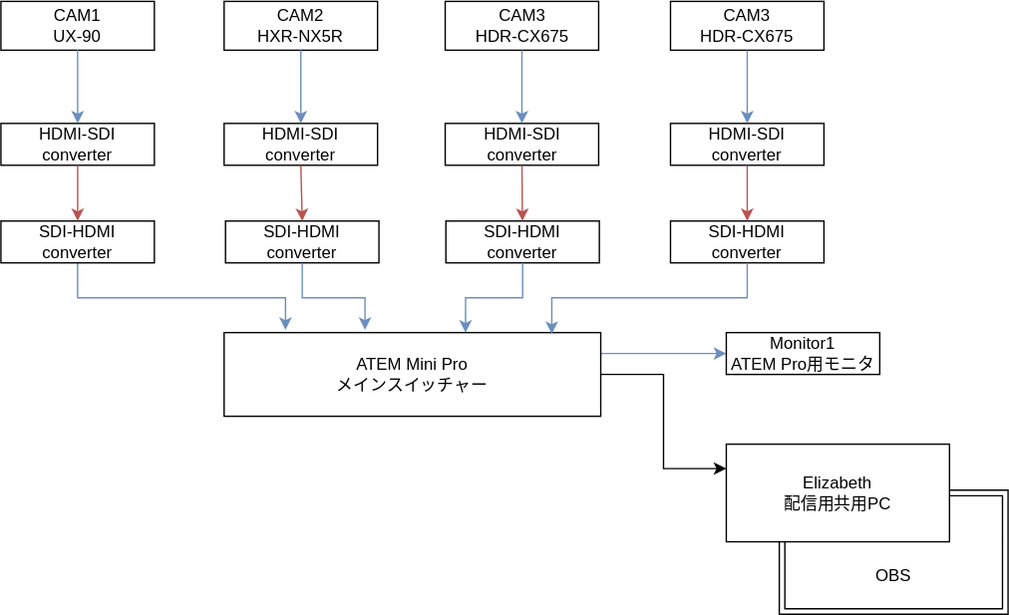
Above: drawio-svg/jsys23-eizou-wiring.drawio.svg in dolceWFC/sohosai-eizou-live-wiring (draw.io), before the change. Source tidied: cells renumbered, new cells last; positions are measured from the earlier drawing's top-left corner, leaving out a move shared by most shapes.
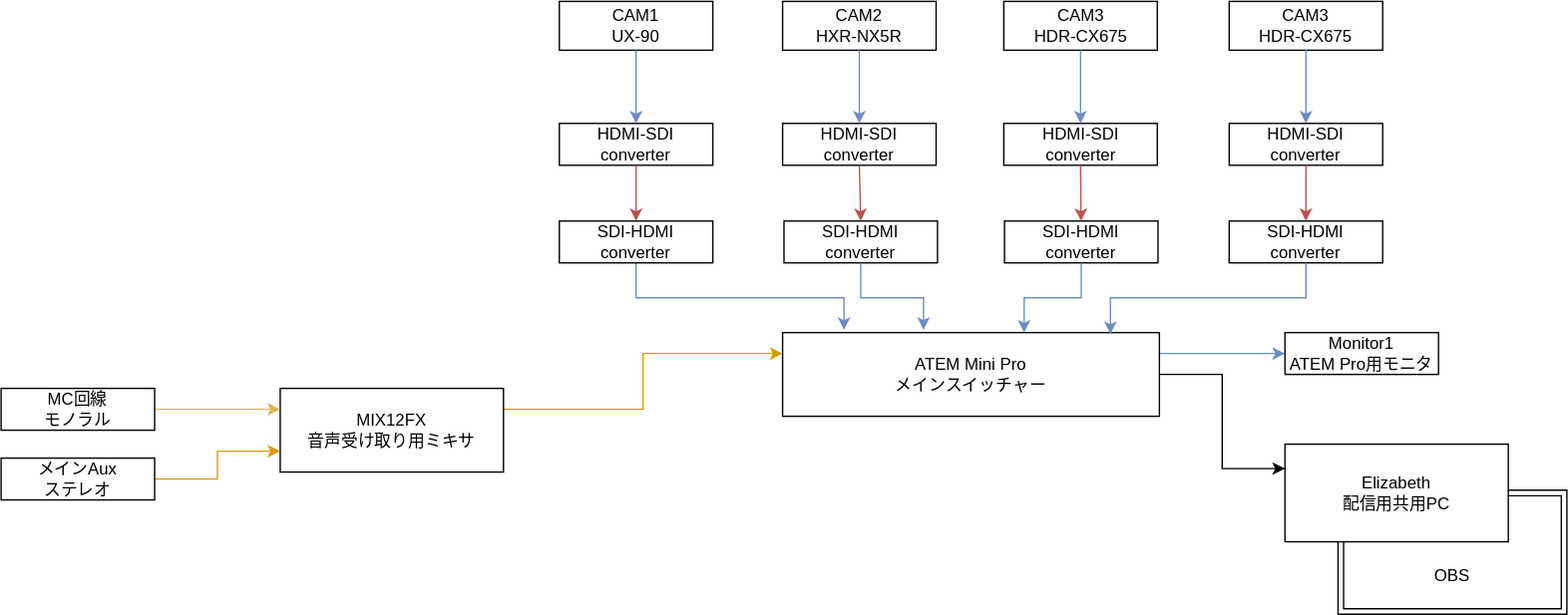
Above is the later version.

Commit message:
jsys23-eizou-wiring.drawio.svg を更新します

The edit, as a diff of the source:
```diff
@@ -101,5 +101,23 @@
     <mxCell id="32" value="OBS" style="text;html=1;strokeColor=none;fillColor=none;align=center;verticalAlign=middle;whiteSpace=wrap;rounded=0;" parent="1" vertex="1">
       <mxGeometry x="610" y="398" width="60" height="30" as="geometry" />
     </mxCell>
+    <mxCell id="33" style="edgeStyle=orthogonalEdgeStyle;rounded=0;jettySize=auto;html=1;exitX=1;exitY=0.25;exitDx=0;exitDy=0;entryX=0;entryY=0.25;entryDx=0;entryDy=0;fillColor=#ffe6cc;strokeColor=#d79b00;" parent="1" edge="1" source="34" target="25">
+      <mxGeometry relative="1" as="geometry" />
+    </mxCell>
+    <mxCell id="34" value="MIX12FX&lt;br&gt;音声受け取り用ミキサ" style="text;html=1;strokeColor=default;fillColor=none;align=center;verticalAlign=middle;whiteSpace=wrap;rounded=0;" parent="1" vertex="1">
+      <mxGeometry x="-200" y="278" width="160" height="60" as="geometry" />
+    </mxCell>
+    <mxCell id="35" style="edgeStyle=orthogonalEdgeStyle;rounded=0;jettySize=auto;html=1;exitX=1;exitY=0.5;exitDx=0;exitDy=0;entryX=0;entryY=0.25;entryDx=0;entryDy=0;fillColor=#fff2cc;strokeColor=#d6b656;" parent="1" edge="1" source="36" target="34">
+      <mxGeometry relative="1" as="geometry" />
+    </mxCell>
+    <mxCell id="36" value="MC回線&lt;br&gt;モノラル" style="text;html=1;strokeColor=default;fillColor=none;align=center;verticalAlign=middle;whiteSpace=wrap;rounded=0;" parent="1" vertex="1">
+      <mxGeometry x="-400" y="278" width="110" height="30" as="geometry" />
+    </mxCell>
+    <mxCell id="37" style="edgeStyle=orthogonalEdgeStyle;rounded=0;jettySize=auto;html=1;exitX=1;exitY=0.5;exitDx=0;exitDy=0;entryX=0;entryY=0.75;entryDx=0;entryDy=0;fillColor=#ffe6cc;strokeColor=#d79b00;" parent="1" edge="1" source="38" target="34">
+      <mxGeometry relative="1" as="geometry" />
+    </mxCell>
+    <mxCell id="38" value="メインAux&lt;br&gt;ステレオ" style="text;html=1;strokeColor=default;fillColor=none;align=center;verticalAlign=middle;whiteSpace=wrap;rounded=0;" parent="1" vertex="1">
+      <mxGeometry x="-400" y="328" width="110" height="30" as="geometry" />
+    </mxCell>
   </root>
 </mxGraphModel>
```
